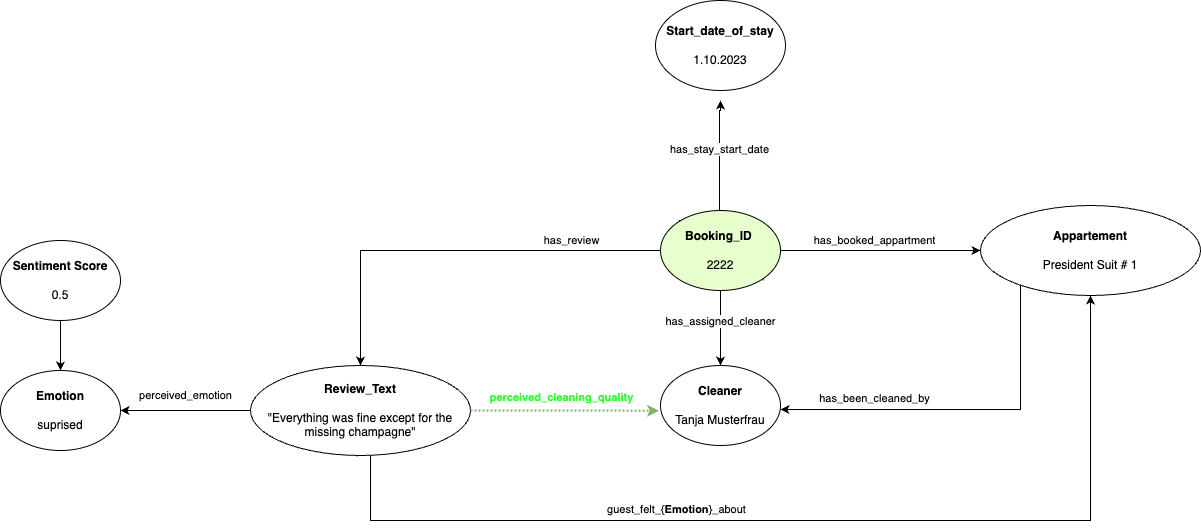
The draw.io diagram drawings/KG_Architecture.png in dominik-pichler/Review_me_if_you_can, before a commit. Source tidied: cells renumbered, new cells last; positions are measured from the earlier drawing's top-left corner, leaving out a move shared by most shapes.
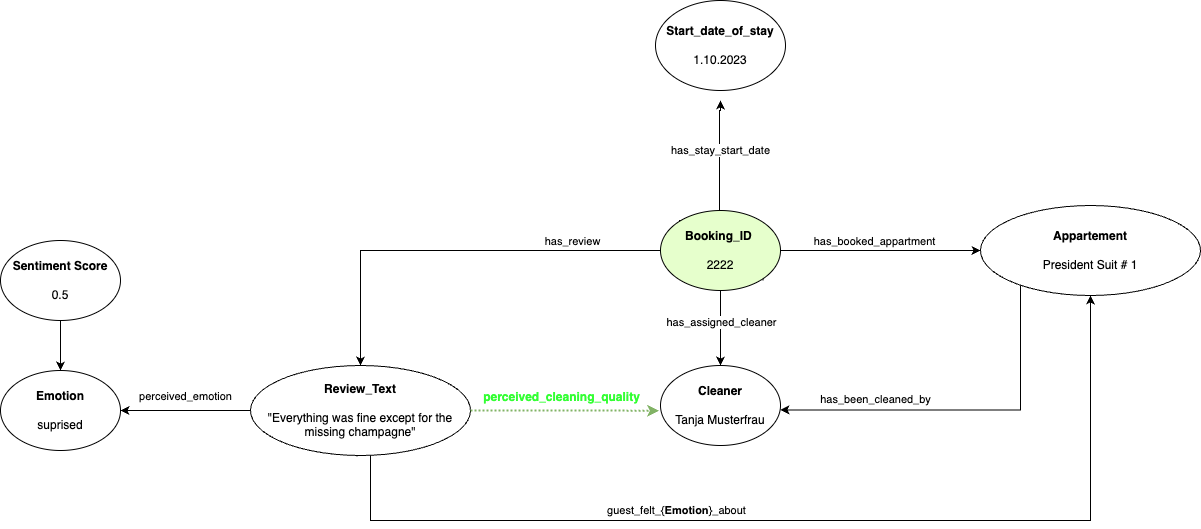
The same file after the commit.

Change to the diagram source:
```diff
@@ -113,7 +113,7 @@
     <mxCell id="24" style="edgeStyle=orthogonalEdgeStyle;rounded=0;jettySize=auto;html=1;exitX=1;exitY=0.5;exitDx=0;exitDy=0;entryX=-0.011;entryY=0.565;entryDx=0;entryDy=0;entryPerimeter=0;fillColor=#d5e8d4;strokeColor=#82b366;strokeWidth=2;dashed=1;dashPattern=1 1;" parent="1" edge="1" source="20" target="12">
       <mxGeometry relative="1" as="geometry" />
     </mxCell>
-    <mxCell id="25" value="perceived_cleaning_quality" style="edgeLabel;html=1;align=center;verticalAlign=middle;fontColor=#33FF33;fontStyle=1;" parent="24" vertex="1">
+    <mxCell id="25" value="&lt;font style=&quot;font-size: 12px;&quot;&gt;perceived_cleaning_quality&lt;/font&gt;" style="edgeLabel;html=1;align=center;verticalAlign=middle;fontColor=#33FF33;fontStyle=1;" parent="24" vertex="1">
       <mxGeometry x="-0.17" y="-1" relative="1" as="geometry">
         <mxPoint x="13" y="-14" as="offset" />
       </mxGeometry>
```
